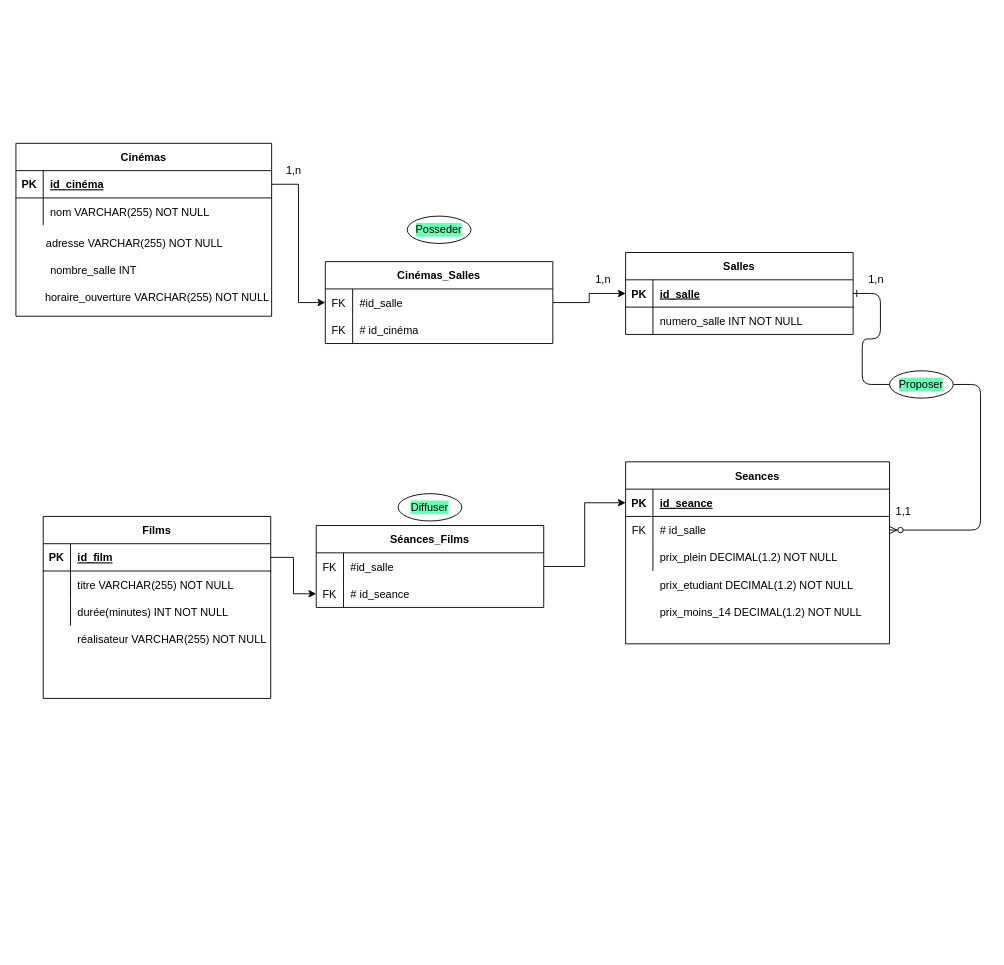
The draw.io diagram Untitled Diagram.drawio in DumeGrisoni/Base_de_donnees_Cinema, before the edit. Source tidied: cells renumbered, new cells numbered last; positions are measured from the earlier drawing's top-left corner, leaving out a move shared by most shapes. Both pictures are drawn from the tidied source at 91%, with x=0, y=0 at pixel (15, 143).
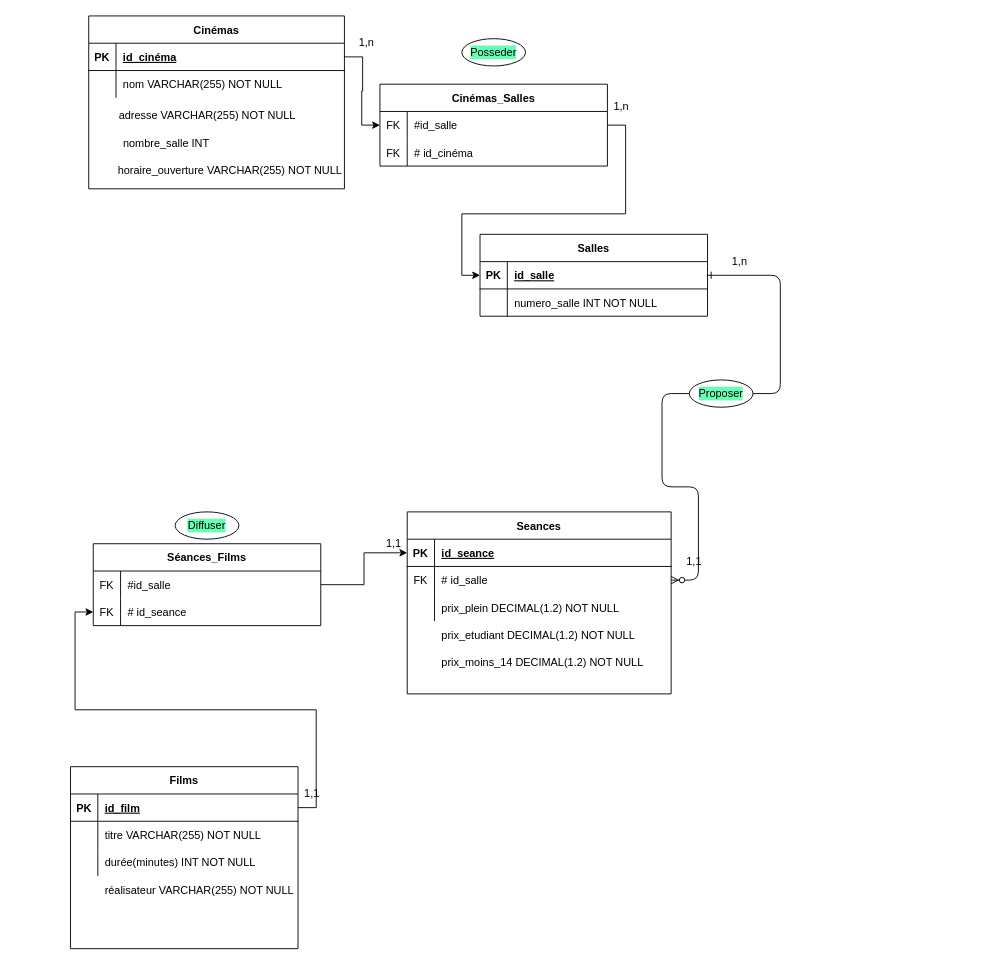
The same diagram, later.

What changed in the source:
```diff
@@
     <mxCell id="3" value="Salles" style="shape=table;startSize=30;childLayout=tableLayout;rowLines=0;fontStyle=1;align=center;" parent="1" vertex="1">
-      <mxGeometry x="670" y="120" width="250" height="90" as="geometry" />
+      <mxGeometry x="510" y="100" width="250" height="90" as="geometry" />
     </mxCell>
@@
     <mxCell id="10" value="Seances" style="shape=table;startSize=30;childLayout=tableLayout;rowLines=0;fontStyle=1;align=center;" parent="1" vertex="1">
-      <mxGeometry x="670" y="350" width="290" height="200" as="geometry" />
+      <mxGeometry x="430" y="405" width="290" height="200" as="geometry" />
     </mxCell>
@@
     <mxCell id="20" value="Cinémas" style="shape=table;startSize=30;childLayout=tableLayout;rowLines=0;fontStyle=1;align=center;" parent="1" vertex="1">
-      <mxGeometry width="281" height="190" as="geometry" />
+      <mxGeometry x="80" y="-140" width="281" height="190" as="geometry" />
     </mxCell>
@@
     <mxCell id="27" value="Films" style="shape=table;startSize=30;childLayout=tableLayout;rowLines=0;fontStyle=1;align=center;" parent="1" vertex="1">
-      <mxGeometry x="30" y="410" width="250" height="200" as="geometry" />
+      <mxGeometry x="60" y="685" width="250" height="200" as="geometry" />
     </mxCell>
@@
     <mxCell id="37" value="1,n" style="text;html=1;align=center;verticalAlign=middle;strokeColor=none;fillColor=none;" parent="1" vertex="1">
-      <mxGeometry x="290" y="20" width="30" height="20" as="geometry" />
+      <mxGeometry x="370" y="-120" width="30" height="20" as="geometry" />
     </mxCell>
     <mxCell id="38" value="1,n" style="text;html=1;align=center;verticalAlign=middle;strokeColor=none;fillColor=none;" parent="1" vertex="1">
-      <mxGeometry x="630" y="140" width="30" height="20" as="geometry" />
+      <mxGeometry x="650" y="-50" width="30" height="20" as="geometry" />
     </mxCell>
     <mxCell id="39" value="Posseder" style="ellipse;whiteSpace=wrap;html=1;labelBackgroundColor=#66FFB3;" parent="1" vertex="1">
-      <mxGeometry x="430" y="80" width="70" height="30" as="geometry" />
+      <mxGeometry x="490" y="-115" width="70" height="30" as="geometry" />
     </mxCell>
     <mxCell id="40" style="edgeStyle=orthogonalEdgeStyle;rounded=0;orthogonalLoop=1;jettySize=auto;html=1;exitX=0.5;exitY=1;exitDx=0;exitDy=0;" parent="1" edge="1">
       <mxGeometry relative="1" as="geometry">
-        <mxPoint x="515" y="190" as="sourcePoint" />
-        <mxPoint x="515" y="190" as="targetPoint" />
+        <mxPoint x="545" y="90" as="sourcePoint" />
+        <mxPoint x="545" y="90" as="targetPoint" />
       </mxGeometry>
     </mxCell>
@@
     <mxCell id="42" value="Cinémas_Salles" style="shape=table;startSize=30;childLayout=tableLayout;rowLines=0;fontStyle=1;align=center;" parent="1" vertex="1">
-      <mxGeometry x="340" y="130" width="250" height="90" as="geometry" />
+      <mxGeometry x="400" y="-65" width="250" height="90" as="geometry" />
     </mxCell>
@@
     <mxCell id="50" value="adresse VARCHAR(255) NOT NULL" style="text;html=1;align=center;verticalAlign=middle;strokeColor=none;fillColor=none;" parent="1" vertex="1">
-      <mxGeometry x="25" y="100" width="210" height="20" as="geometry" />
+      <mxGeometry x="105" y="-40" width="210" height="20" as="geometry" />
     </mxCell>
     <mxCell id="51" value="nombre_salle INT " style="text;html=1;align=center;verticalAlign=middle;strokeColor=none;fillColor=none;" parent="1" vertex="1">
-      <mxGeometry x="30" y="130" width="110" height="20" as="geometry" />
+      <mxGeometry x="110" y="-10" width="110" height="20" as="geometry" />
     </mxCell>
     <mxCell id="52" value="horaire_ouverture VARCHAR(255) NOT NULL" style="text;html=1;align=center;verticalAlign=middle;strokeColor=none;fillColor=none;" parent="1" vertex="1">
-      <mxGeometry x="25" y="160" width="260" height="20" as="geometry" />
+      <mxGeometry x="105" y="20" width="260" height="20" as="geometry" />
     </mxCell>
     <mxCell id="53" value="Diffuser" style="ellipse;whiteSpace=wrap;html=1;labelBackgroundColor=#66FFB3;" parent="1" vertex="1">
-      <mxGeometry x="420" y="385" width="70" height="30" as="geometry" />
+      <mxGeometry x="175" y="405" width="70" height="30" as="geometry" />
     </mxCell>
     <mxCell id="54" value="1,n" style="text;html=1;align=center;verticalAlign=middle;strokeColor=none;fillColor=none;" parent="1" vertex="1">
-      <mxGeometry x="930" y="140" width="30" height="20" as="geometry" />
+      <mxGeometry x="780" y="120" width="30" height="20" as="geometry" />
     </mxCell>
     <mxCell id="55" value="prix_etudiant DECIMAL(1.2) NOT NULL" style="shape=partialRectangle;overflow=hidden;fillColor=none;top=0;left=0;bottom=0;right=0;align=left;spacingLeft=6;" parent="1" vertex="1">
-      <mxGeometry x="700" y="470" width="220" height="30" as="geometry" />
+      <mxGeometry x="460" y="525" width="220" height="30" as="geometry" />
     </mxCell>
     <mxCell id="56" value="prix_moins_14 DECIMAL(1.2) NOT NULL" style="shape=partialRectangle;overflow=hidden;fillColor=none;top=0;left=0;bottom=0;right=0;align=left;spacingLeft=6;" parent="1" vertex="1">
-      <mxGeometry x="700" y="500" width="240" height="30" as="geometry" />
+      <mxGeometry x="460" y="555" width="240" height="30" as="geometry" />
     </mxCell>
     <mxCell id="57" value="Séances_Films" style="shape=table;startSize=30;childLayout=tableLayout;rowLines=0;fontStyle=1;align=center;" parent="1" vertex="1">
-      <mxGeometry x="330" y="420" width="250" height="90" as="geometry" />
+      <mxGeometry x="85" y="440" width="250" height="90" as="geometry" />
     </mxCell>
@@
     <mxCell id="65" value="réalisateur VARCHAR(255) NOT NULL" style="shape=partialRectangle;overflow=hidden;fillColor=none;top=0;left=0;bottom=0;right=0;align=left;spacingLeft=6;" parent="1" vertex="1">
-      <mxGeometry x="60" y="530" width="220" height="30" as="geometry" />
+      <mxGeometry x="90" y="805" width="220" height="30" as="geometry" />
     </mxCell>
@@
     <mxCell id="67" value="Proposer" style="ellipse;whiteSpace=wrap;html=1;labelBackgroundColor=#66FFB3;" parent="1" vertex="1">
-      <mxGeometry x="960" y="250" width="70" height="30" as="geometry" />
+      <mxGeometry x="740" y="260" width="70" height="30" as="geometry" />
     </mxCell>
@@
     <mxCell id="69" value="1,1" style="text;html=1;align=center;verticalAlign=middle;strokeColor=none;fillColor=none;" parent="1" vertex="1">
-      <mxGeometry x="960" y="395" width="30" height="20" as="geometry" />
+      <mxGeometry x="730" y="450" width="30" height="20" as="geometry" />
     </mxCell>
+    <mxCell id="70" value="1,1" style="text;html=1;align=center;verticalAlign=middle;strokeColor=none;fillColor=none;" parent="1" vertex="1">
+      <mxGeometry x="400" y="430" width="30" height="20" as="geometry" />
+    </mxCell>
+    <mxCell id="71" value="1,1" style="text;html=1;align=center;verticalAlign=middle;strokeColor=none;fillColor=none;" parent="1" vertex="1">
+      <mxGeometry x="310" y="705" width="30" height="20" as="geometry" />
+    </mxCell>
```
